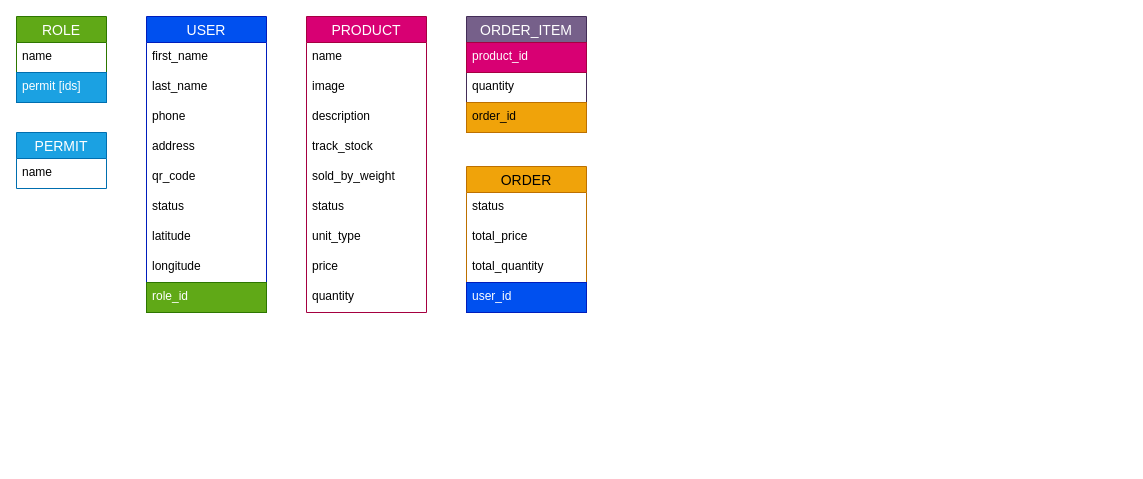
Earlier version of the draw.io diagram docs/db.dio (muhiddinjv/oserver). Source tidied: cells renumbered, new cells numbered last; positions are measured from the earlier drawing's top-left corner, leaving out a move shared by most shapes. Both pictures are drawn from the tidied source at 100%, with x=0, y=0 at pixel (16, 16).
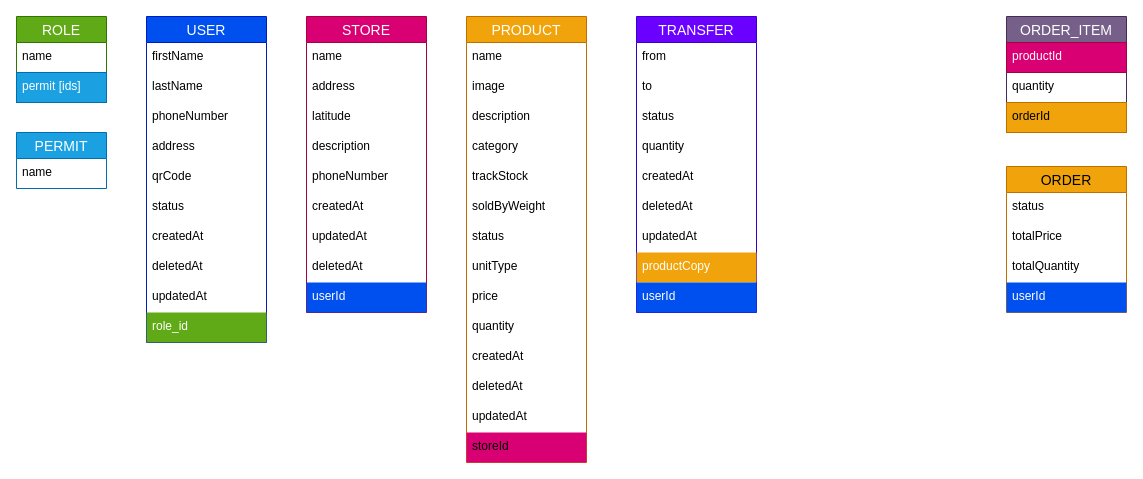
After the change.

Diff of the diagram source:
```diff
@@
-    <mxCell id="7" value="PRODUCT" style="swimlane;fontStyle=0;horizontal=1;startSize=26;align=center;fontSize=14;fillColor=#d80073;fontColor=#ffffff;strokeColor=#A50040;" parent="1" vertex="1">
-      <mxGeometry x="290" width="120" height="296" as="geometry" />
+    <mxCell id="7" value="PRODUCT" style="swimlane;fontStyle=0;horizontal=1;startSize=26;align=center;fontSize=14;fillColor=#f0a30a;fontColor=#FFFFFF;strokeColor=#BD7000;" parent="1" vertex="1">
+      <mxGeometry x="450" width="120" height="446" as="geometry" />
     </mxCell>
@@
+    <mxCell id="36" value="category" style="text;strokeColor=none;fillColor=none;spacingLeft=4;spacingRight=4;overflow=hidden;fontSize=12;" parent="7" vertex="1">
+      <mxGeometry y="116" width="120" height="30" as="geometry" />
+    </mxCell>
-    <mxCell id="11" value="track_stock" style="text;strokeColor=none;fillColor=none;spacingLeft=4;spacingRight=4;overflow=hidden;fontSize=12;" parent="7" vertex="1">
-      <mxGeometry y="116" width="120" height="30" as="geometry" />
+    <mxCell id="11" value="trackStock" style="text;strokeColor=none;fillColor=none;spacingLeft=4;spacingRight=4;overflow=hidden;fontSize=12;" parent="7" vertex="1">
+      <mxGeometry y="146" width="120" height="30" as="geometry" />
     </mxCell>
-    <mxCell id="12" value="sold_by_weight" style="text;strokeColor=none;fillColor=none;spacingLeft=4;spacingRight=4;overflow=hidden;fontSize=12;" parent="7" vertex="1">
-      <mxGeometry y="146" width="120" height="30" as="geometry" />
+    <mxCell id="12" value="soldByWeight" style="text;strokeColor=none;fillColor=none;spacingLeft=4;spacingRight=4;overflow=hidden;fontSize=12;" parent="7" vertex="1">
+      <mxGeometry y="176" width="120" height="30" as="geometry" />
     </mxCell>
     <mxCell id="13" value="status" style="text;strokeColor=none;fillColor=none;spacingLeft=4;spacingRight=4;overflow=hidden;fontSize=12;" parent="7" vertex="1">
-      <mxGeometry y="176" width="120" height="30" as="geometry" />
+      <mxGeometry y="206" width="120" height="30" as="geometry" />
     </mxCell>
-    <mxCell id="14" value="unit_type" style="text;strokeColor=none;fillColor=none;spacingLeft=4;spacingRight=4;overflow=hidden;fontSize=12;" parent="7" vertex="1">
-      <mxGeometry y="206" width="120" height="30" as="geometry" />
+    <mxCell id="14" value="unitType" style="text;strokeColor=none;fillColor=none;spacingLeft=4;spacingRight=4;overflow=hidden;fontSize=12;" parent="7" vertex="1">
+      <mxGeometry y="236" width="120" height="30" as="geometry" />
     </mxCell>
     <mxCell id="15" value="price" style="text;strokeColor=none;fillColor=none;spacingLeft=4;spacingRight=4;overflow=hidden;fontSize=12;" parent="7" vertex="1">
-      <mxGeometry y="236" width="120" height="30" as="geometry" />
+      <mxGeometry y="266" width="120" height="30" as="geometry" />
     </mxCell>
     <mxCell id="16" value="quantity" style="text;strokeColor=none;fillColor=none;spacingLeft=4;spacingRight=4;overflow=hidden;fontSize=12;" parent="7" vertex="1">
-      <mxGeometry y="266" width="120" height="30" as="geometry" />
+      <mxGeometry y="296" width="120" height="30" as="geometry" />
     </mxCell>
+    <mxCell id="37" value="createdAt" style="text;strokeColor=none;fillColor=none;spacingLeft=4;spacingRight=4;overflow=hidden;fontSize=12;" parent="7" vertex="1">
+      <mxGeometry y="326" width="120" height="30" as="geometry" />
+    </mxCell>
+    <mxCell id="38" value="deletedAt" style="text;strokeColor=none;fillColor=none;spacingLeft=4;spacingRight=4;overflow=hidden;fontSize=12;" parent="7" vertex="1">
+      <mxGeometry y="356" width="120" height="30" as="geometry" />
+    </mxCell>
+    <mxCell id="39" value="updatedAt" style="text;strokeColor=none;fillColor=none;spacingLeft=4;spacingRight=4;overflow=hidden;fontSize=12;" parent="7" vertex="1">
+      <mxGeometry y="386" width="120" height="30" as="geometry" />
+    </mxCell>
+    <mxCell id="40" value="storeId" style="text;strokeColor=none;fillColor=#D80073;spacingLeft=4;spacingRight=4;overflow=hidden;fontSize=12;" parent="7" vertex="1">
+      <mxGeometry y="416" width="120" height="30" as="geometry" />
+    </mxCell>
     <mxCell id="17" value="USER" style="swimlane;fontStyle=0;horizontal=1;startSize=26;align=center;fontSize=14;fillColor=#0050ef;fontColor=#ffffff;strokeColor=#001DBC;" parent="1" vertex="1">
-      <mxGeometry x="130" width="120" height="296" as="geometry" />
+      <mxGeometry x="130" width="120" height="326" as="geometry" />
     </mxCell>
-    <mxCell id="18" value="first_name" style="text;strokeColor=none;fillColor=none;spacingLeft=4;spacingRight=4;overflow=hidden;fontSize=12;" parent="17" vertex="1">
+    <mxCell id="18" value="firstName" style="text;strokeColor=none;fillColor=none;spacingLeft=4;spacingRight=4;overflow=hidden;fontSize=12;" parent="17" vertex="1">
       <mxGeometry y="26" width="120" height="30" as="geometry" />
     </mxCell>
-    <mxCell id="19" value="last_name" style="text;strokeColor=none;fillColor=none;spacingLeft=4;spacingRight=4;overflow=hidden;fontSize=12;" parent="17" vertex="1">
+    <mxCell id="19" value="lastName" style="text;strokeColor=none;fillColor=none;spacingLeft=4;spacingRight=4;overflow=hidden;fontSize=12;" parent="17" vertex="1">
       <mxGeometry y="56" width="120" height="30" as="geometry" />
     </mxCell>
-    <mxCell id="20" value="phone" style="text;strokeColor=none;fillColor=none;spacingLeft=4;spacingRight=4;overflow=hidden;fontSize=12;" parent="17" vertex="1">
+    <mxCell id="20" value="phoneNumber" style="text;strokeColor=none;fillColor=none;spacingLeft=4;spacingRight=4;overflow=hidden;fontSize=12;" parent="17" vertex="1">
       <mxGeometry y="86" width="120" height="30" as="geometry" />
     </mxCell>
@@
-    <mxCell id="22" value="qr_code" style="text;strokeColor=none;fillColor=none;spacingLeft=4;spacingRight=4;overflow=hidden;fontSize=12;" parent="17" vertex="1">
+    <mxCell id="22" value="qrCode" style="text;strokeColor=none;fillColor=none;spacingLeft=4;spacingRight=4;overflow=hidden;fontSize=12;" parent="17" vertex="1">
       <mxGeometry y="146" width="120" height="30" as="geometry" />
     </mxCell>
@@
-    <mxCell id="24" value="latitude" style="text;strokeColor=none;fillColor=none;spacingLeft=4;spacingRight=4;overflow=hidden;fontSize=12;" parent="17" vertex="1">
-      <mxGeometry y="206" width="120" height="30" as="geometry" />
-    </mxCell>
-    <mxCell id="25" value="longitude" style="text;strokeColor=none;fillColor=none;spacingLeft=4;spacingRight=4;overflow=hidden;fontSize=12;" parent="17" vertex="1">
-      <mxGeometry y="236" width="120" height="30" as="geometry" />
-    </mxCell>
+    <mxCell id="41" value="createdAt" style="text;strokeColor=none;fillColor=none;spacingLeft=4;spacingRight=4;overflow=hidden;fontSize=12;" parent="17" vertex="1">
+      <mxGeometry y="206" width="120" height="30" as="geometry" />
+    </mxCell>
+    <mxCell id="42" value="deletedAt" style="text;strokeColor=none;fillColor=none;spacingLeft=4;spacingRight=4;overflow=hidden;fontSize=12;" parent="17" vertex="1">
+      <mxGeometry y="236" width="120" height="30" as="geometry" />
+    </mxCell>
+    <mxCell id="43" value="updatedAt" style="text;strokeColor=none;fillColor=none;spacingLeft=4;spacingRight=4;overflow=hidden;fontSize=12;" parent="17" vertex="1">
+      <mxGeometry y="266" width="120" height="30" as="geometry" />
+    </mxCell>
-    <mxCell id="26" value="role_id" style="text;strokeColor=#2D7600;fillColor=#60a917;spacingLeft=4;spacingRight=4;overflow=hidden;fontSize=12;fontColor=#ffffff;" parent="17" vertex="1">
-      <mxGeometry y="266" width="120" height="30" as="geometry" />
+    <mxCell id="26" value="role_id" style="text;strokeColor=none;fillColor=#60a917;spacingLeft=4;spacingRight=4;overflow=hidden;fontSize=12;fontColor=#ffffff;" parent="17" vertex="1">
+      <mxGeometry y="296" width="120" height="30" as="geometry" />
     </mxCell>
     <mxCell id="27" value="ORDER" style="swimlane;fontStyle=0;horizontal=1;startSize=26;align=center;fontSize=14;fillColor=#f0a30a;strokeColor=#BD7000;fontColor=#000000;" parent="1" vertex="1">
-      <mxGeometry x="450" y="150" width="120" height="146" as="geometry" />
+      <mxGeometry x="990" y="150" width="120" height="146" as="geometry" />
     </mxCell>
@@
-    <mxCell id="29" value="total_price" style="text;strokeColor=none;fillColor=none;spacingLeft=4;spacingRight=4;overflow=hidden;fontSize=12;" parent="27" vertex="1">
+    <mxCell id="29" value="totalPrice" style="text;strokeColor=none;fillColor=none;spacingLeft=4;spacingRight=4;overflow=hidden;fontSize=12;" parent="27" vertex="1">
       <mxGeometry y="56" width="120" height="30" as="geometry" />
     </mxCell>
-    <mxCell id="30" value="total_quantity" style="text;strokeColor=none;fillColor=none;spacingLeft=4;spacingRight=4;overflow=hidden;fontSize=12;" parent="27" vertex="1">
+    <mxCell id="30" value="totalQuantity" style="text;strokeColor=none;fillColor=none;spacingLeft=4;spacingRight=4;overflow=hidden;fontSize=12;" parent="27" vertex="1">
       <mxGeometry y="86" width="120" height="30" as="geometry" />
     </mxCell>
-    <mxCell id="31" value="user_id" style="text;strokeColor=#001DBC;fillColor=#0050ef;spacingLeft=4;spacingRight=4;overflow=hidden;fontSize=12;fontColor=#ffffff;" parent="27" vertex="1">
+    <mxCell id="31" value="userId" style="text;strokeColor=none;fillColor=#0050ef;spacingLeft=4;spacingRight=4;overflow=hidden;fontSize=12;fontColor=#ffffff;" parent="27" vertex="1">
       <mxGeometry y="116" width="120" height="30" as="geometry" />
     </mxCell>
     <mxCell id="32" value="ORDER_ITEM" style="swimlane;fontStyle=0;horizontal=1;startSize=26;align=center;fontSize=14;fillColor=#76608a;strokeColor=#432D57;fontColor=#ffffff;" parent="1" vertex="1">
-      <mxGeometry x="450" width="120" height="116" as="geometry" />
+      <mxGeometry x="990" width="120" height="116" as="geometry" />
     </mxCell>
-    <mxCell id="33" value="product_id" style="text;strokeColor=#A50040;fillColor=#d80073;spacingLeft=4;spacingRight=4;overflow=hidden;fontSize=12;fontColor=#ffffff;" parent="32" vertex="1">
+    <mxCell id="33" value="productId" style="text;strokeColor=#A50040;fillColor=#d80073;spacingLeft=4;spacingRight=4;overflow=hidden;fontSize=12;fontColor=#ffffff;" parent="32" vertex="1">
       <mxGeometry y="26" width="120" height="30" as="geometry" />
     </mxCell>
@@
-    <mxCell id="35" value="order_id" style="text;strokeColor=#BD7000;fillColor=#f0a30a;spacingLeft=4;spacingRight=4;overflow=hidden;fontSize=12;fontColor=#000000;" parent="32" vertex="1">
+    <mxCell id="35" value="orderId" style="text;strokeColor=#BD7000;fillColor=#f0a30a;spacingLeft=4;spacingRight=4;overflow=hidden;fontSize=12;fontColor=#000000;" parent="32" vertex="1">
       <mxGeometry y="86" width="120" height="30" as="geometry" />
     </mxCell>
+    <mxCell id="44" value="STORE" style="swimlane;fontStyle=0;horizontal=1;startSize=26;align=center;fontSize=14;fillColor=#d80073;fontColor=#ffffff;strokeColor=#A50040;" parent="1" vertex="1">
+      <mxGeometry x="290" width="120" height="296" as="geometry" />
+    </mxCell>
+    <mxCell id="45" value="name" style="text;strokeColor=none;fillColor=none;spacingLeft=4;spacingRight=4;overflow=hidden;fontSize=12;" parent="44" vertex="1">
+      <mxGeometry y="26" width="120" height="30" as="geometry" />
+    </mxCell>
+    <mxCell id="46" value="address" style="text;strokeColor=none;fillColor=none;spacingLeft=4;spacingRight=4;overflow=hidden;fontSize=12;" parent="44" vertex="1">
+      <mxGeometry y="56" width="120" height="30" as="geometry" />
+    </mxCell>
+    <mxCell id="24" value="latitude" style="text;strokeColor=none;fillColor=none;spacingLeft=4;spacingRight=4;overflow=hidden;fontSize=12;" parent="44" vertex="1">
+      <mxGeometry y="86" width="120" height="30" as="geometry" />
+    </mxCell>
+    <mxCell id="47" value="description" style="text;strokeColor=none;fillColor=none;spacingLeft=4;spacingRight=4;overflow=hidden;fontSize=12;" parent="44" vertex="1">
+      <mxGeometry y="116" width="120" height="30" as="geometry" />
+    </mxCell>
+    <mxCell id="48" value="phoneNumber" style="text;strokeColor=none;fillColor=none;spacingLeft=4;spacingRight=4;overflow=hidden;fontSize=12;" parent="44" vertex="1">
+      <mxGeometry y="146" width="120" height="30" as="geometry" />
+    </mxCell>
+    <mxCell id="49" value="createdAt" style="text;strokeColor=none;fillColor=none;spacingLeft=4;spacingRight=4;overflow=hidden;fontSize=12;" parent="44" vertex="1">
+      <mxGeometry y="176" width="120" height="30" as="geometry" />
+    </mxCell>
+    <mxCell id="50" value="updatedAt" style="text;strokeColor=none;fillColor=none;spacingLeft=4;spacingRight=4;overflow=hidden;fontSize=12;" parent="44" vertex="1">
+      <mxGeometry y="206" width="120" height="30" as="geometry" />
+    </mxCell>
+    <mxCell id="51" value="deletedAt" style="text;strokeColor=none;fillColor=none;spacingLeft=4;spacingRight=4;overflow=hidden;fontSize=12;" parent="44" vertex="1">
+      <mxGeometry y="236" width="120" height="30" as="geometry" />
+    </mxCell>
+    <mxCell id="52" value="userId" style="text;strokeColor=none;fillColor=#0050ef;spacingLeft=4;spacingRight=4;overflow=hidden;fontSize=12;fontColor=#ffffff;" parent="44" vertex="1">
+      <mxGeometry y="266" width="120" height="30" as="geometry" />
+    </mxCell>
+    <mxCell id="53" value="TRANSFER" style="swimlane;fontStyle=0;horizontal=1;startSize=26;align=center;fontSize=14;fillColor=#6a00ff;fontColor=#ffffff;strokeColor=#3700CC;" parent="1" vertex="1">
+      <mxGeometry x="620" width="120" height="296" as="geometry" />
+    </mxCell>
+    <mxCell id="54" value="from" style="text;strokeColor=none;fillColor=none;spacingLeft=4;spacingRight=4;overflow=hidden;fontSize=12;" parent="53" vertex="1">
+      <mxGeometry y="26" width="120" height="30" as="geometry" />
+    </mxCell>
+    <mxCell id="55" value="to" style="text;strokeColor=none;fillColor=none;spacingLeft=4;spacingRight=4;overflow=hidden;fontSize=12;" parent="53" vertex="1">
+      <mxGeometry y="56" width="120" height="30" as="geometry" />
+    </mxCell>
+    <mxCell id="56" value="status" style="text;strokeColor=none;fillColor=none;spacingLeft=4;spacingRight=4;overflow=hidden;fontSize=12;" parent="53" vertex="1">
+      <mxGeometry y="86" width="120" height="30" as="geometry" />
+    </mxCell>
+    <mxCell id="57" value="quantity" style="text;strokeColor=none;fillColor=none;spacingLeft=4;spacingRight=4;overflow=hidden;fontSize=12;" parent="53" vertex="1">
+      <mxGeometry y="116" width="120" height="30" as="geometry" />
+    </mxCell>
+    <mxCell id="58" value="createdAt" style="text;strokeColor=none;fillColor=none;spacingLeft=4;spacingRight=4;overflow=hidden;fontSize=12;" parent="53" vertex="1">
+      <mxGeometry y="146" width="120" height="30" as="geometry" />
+    </mxCell>
+    <mxCell id="59" value="deletedAt" style="text;strokeColor=none;fillColor=none;spacingLeft=4;spacingRight=4;overflow=hidden;fontSize=12;" parent="53" vertex="1">
+      <mxGeometry y="176" width="120" height="30" as="geometry" />
+    </mxCell>
+    <mxCell id="60" value="updatedAt" style="text;strokeColor=none;fillColor=none;spacingLeft=4;spacingRight=4;overflow=hidden;fontSize=12;" parent="53" vertex="1">
+      <mxGeometry y="206" width="120" height="30" as="geometry" />
+    </mxCell>
+    <mxCell id="61" value="productCopy" style="text;strokeColor=none;fillColor=#f0a30a;spacingLeft=4;spacingRight=4;overflow=hidden;fontSize=12;fontColor=#FFFFFF;" parent="53" vertex="1">
+      <mxGeometry y="236" width="120" height="30" as="geometry" />
+    </mxCell>
+    <mxCell id="62" value="userId" style="text;strokeColor=none;fillColor=#0050ef;spacingLeft=4;spacingRight=4;overflow=hidden;fontSize=12;fontColor=#ffffff;" parent="53" vertex="1">
+      <mxGeometry y="266" width="120" height="30" as="geometry" />
+    </mxCell>
```
